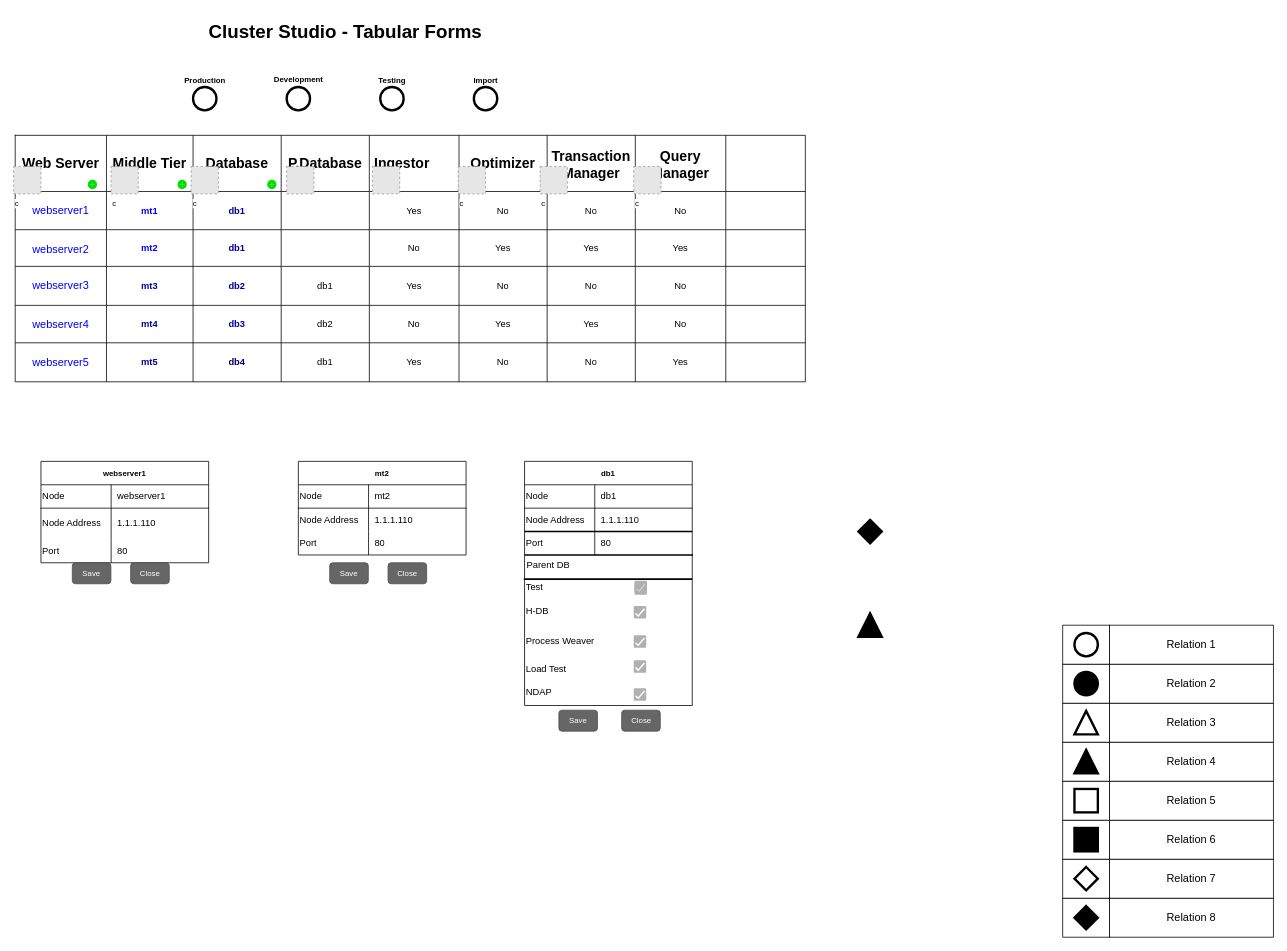
This is Untitled Diagram.drawio from rizwan0612/TestProject, a draw.io file, before an edit. Source tidied: cells renumbered, new cells numbered last; positions are measured from the earlier drawing's top-left corner, leaving out a move shared by most shapes. Both pictures are drawn from the tidied source at 78%, with x=0, y=0 at pixel (13, 16). Pictures stored in the file or linked from it are replaced by grey dashed boxes.
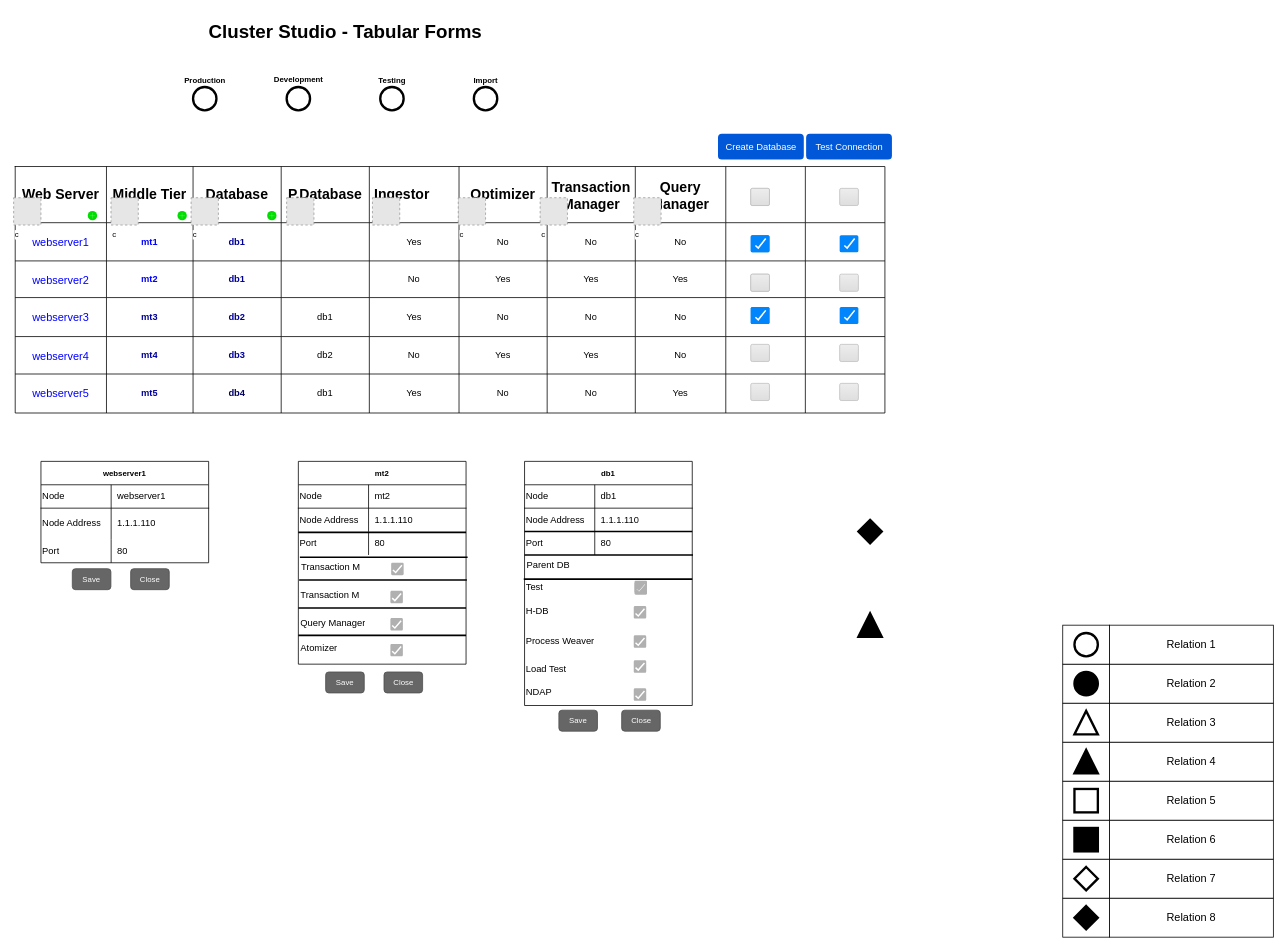
After the change.

What changed in the source:
```diff
@@
     <mxCell id="2" style="shape=table;html=1;whiteSpace=wrap;startSize=0;childLayout=tableLayout;" parent="1" vertex="1">
-      <mxGeometry x="2" y="152" width="1013" height="316" as="geometry" />
+      <mxGeometry x="2" y="192" width="1115" height="316" as="geometry" />
     </mxCell>
     <mxCell id="3" style="shape=partialRectangle;html=1;whiteSpace=wrap;fillColor=none;top=0;left=0;bottom=0;right=0;" parent="2" vertex="1">
-      <mxGeometry width="1013" height="72" as="geometry" />
+      <mxGeometry width="1115" height="72" as="geometry" />
     </mxCell>
@@
+    <mxCell id="162" style="shape=partialRectangle;html=1;whiteSpace=wrap;overflow=hidden;fillColor=none;top=0;left=0;bottom=0;right=0;" parent="3" vertex="1">
+      <mxGeometry x="1013" width="102" height="72" as="geometry" />
+    </mxCell>
     <mxCell id="13" style="shape=partialRectangle;html=1;whiteSpace=wrap;fillColor=none;top=0;left=0;bottom=0;right=0;" parent="2" vertex="1">
-      <mxGeometry y="72" width="1013" height="49" as="geometry" />
+      <mxGeometry y="72" width="1115" height="49" as="geometry" />
     </mxCell>
@@
+    <mxCell id="163" style="shape=partialRectangle;html=1;whiteSpace=wrap;overflow=hidden;fillColor=none;top=0;left=0;bottom=0;right=0;" parent="13" vertex="1">
+      <mxGeometry x="1013" width="102" height="49" as="geometry" />
+    </mxCell>
     <mxCell id="23" style="shape=partialRectangle;html=1;whiteSpace=wrap;fillColor=none;top=0;left=0;bottom=0;right=0;" parent="2" vertex="1">
-      <mxGeometry y="121" width="1013" height="47" as="geometry" />
+      <mxGeometry y="121" width="1115" height="47" as="geometry" />
     </mxCell>
@@
+    <mxCell id="164" style="shape=partialRectangle;html=1;whiteSpace=wrap;overflow=hidden;fillColor=none;top=0;left=0;bottom=0;right=0;" parent="23" vertex="1">
+      <mxGeometry x="1013" width="102" height="47" as="geometry" />
+    </mxCell>
     <mxCell id="33" style="shape=partialRectangle;html=1;whiteSpace=wrap;fillColor=none;top=0;left=0;bottom=0;right=0;" parent="2" vertex="1">
-      <mxGeometry y="168" width="1013" height="50" as="geometry" />
+      <mxGeometry y="168" width="1115" height="50" as="geometry" />
     </mxCell>
@@
+    <mxCell id="165" style="shape=partialRectangle;html=1;whiteSpace=wrap;overflow=hidden;fillColor=none;top=0;left=0;bottom=0;right=0;" parent="33" vertex="1">
+      <mxGeometry x="1013" width="102" height="50" as="geometry" />
+    </mxCell>
     <mxCell id="43" style="shape=partialRectangle;html=1;whiteSpace=wrap;fillColor=none;top=0;left=0;bottom=0;right=0;" parent="2" vertex="1">
-      <mxGeometry y="218" width="1013" height="48" as="geometry" />
+      <mxGeometry y="218" width="1115" height="48" as="geometry" />
     </mxCell>
@@
+    <mxCell id="166" style="shape=partialRectangle;html=1;whiteSpace=wrap;overflow=hidden;fillColor=none;top=0;left=0;bottom=0;right=0;" parent="43" vertex="1">
+      <mxGeometry x="1013" width="102" height="48" as="geometry" />
+    </mxCell>
     <mxCell id="53" style="shape=partialRectangle;html=1;whiteSpace=wrap;fillColor=none;top=0;left=0;bottom=0;right=0;" parent="2" vertex="1">
-      <mxGeometry y="266" width="1013" height="50" as="geometry" />
+      <mxGeometry y="266" width="1115" height="50" as="geometry" />
     </mxCell>
@@
+    <mxCell id="167" style="shape=partialRectangle;html=1;whiteSpace=wrap;overflow=hidden;fillColor=none;top=0;left=0;bottom=0;right=0;" parent="53" vertex="1">
+      <mxGeometry x="1013" width="102" height="50" as="geometry" />
+    </mxCell>
@@
     <mxCell id="108" value="&lt;h2&gt;Ingestor&lt;/h2&gt;" style="shape=partialRectangle;html=1;whiteSpace=wrap;overflow=hidden;fillColor=none;top=0;left=0;bottom=0;right=0;" parent="1" vertex="1">
-      <mxGeometry x="445" y="160" width="106" height="49" as="geometry" />
+      <mxGeometry x="445" y="200" width="106" height="49" as="geometry" />
     </mxCell>
     <mxCell id="109" style="html=1;verticalLabelPosition=bottom;labelBackgroundColor=#ffffff;verticalAlign=top;shadow=0;dashed=0;strokeWidth=2;shape=mxgraph.ios7.misc.add;fillColor=#00dd00;strokeColor=#ffffff;fontSize=10;" parent="1" vertex="1">
-      <mxGeometry x="95" y="209" width="12" height="12" as="geometry" />
+      <mxGeometry x="95" y="249" width="12" height="12" as="geometry" />
     </mxCell>
     <mxCell id="110" style="html=1;verticalLabelPosition=bottom;labelBackgroundColor=#ffffff;verticalAlign=top;shadow=0;dashed=0;strokeWidth=2;shape=mxgraph.ios7.misc.add;fillColor=#00dd00;strokeColor=#ffffff;fontSize=10;" parent="1" vertex="1">
-      <mxGeometry x="210" y="209" width="12" height="12" as="geometry" />
+      <mxGeometry x="210" y="249" width="12" height="12" as="geometry" />
     </mxCell>
     <mxCell id="111" style="html=1;verticalLabelPosition=bottom;labelBackgroundColor=#ffffff;verticalAlign=top;shadow=0;dashed=0;strokeWidth=2;shape=mxgraph.ios7.misc.add;fillColor=#00dd00;strokeColor=#ffffff;fontSize=10;" parent="1" vertex="1">
-      <mxGeometry x="325" y="209" width="12" height="12" as="geometry" />
+      <mxGeometry x="325" y="249" width="12" height="12" as="geometry" />
     </mxCell>
     <mxCell id="112" value="Save" style="rounded=1;html=1;shadow=0;dashed=0;whiteSpace=wrap;fontSize=10;fillColor=#666666;align=center;strokeColor=#4D4D4D;fontColor=#ffffff;" parent="1" vertex="1">
-      <mxGeometry x="75.2" y="700" width="49.5" height="26.9" as="geometry" />
+      <mxGeometry x="75.2" y="707.6" width="49.5" height="26.9" as="geometry" />
     </mxCell>
     <mxCell id="113" value="Close" style="rounded=1;html=1;shadow=0;dashed=0;whiteSpace=wrap;fontSize=10;fillColor=#666666;align=center;strokeColor=#4D4D4D;fontColor=#ffffff;" parent="1" vertex="1">
-      <mxGeometry x="150" y="700" width="49.5" height="26.9" as="geometry" />
+      <mxGeometry x="150" y="707.6" width="49.5" height="26.9" as="geometry" />
     </mxCell>
     <mxCell id="114" value="Save" style="rounded=1;html=1;shadow=0;dashed=0;whiteSpace=wrap;fontSize=10;fillColor=#666666;align=center;strokeColor=#4D4D4D;fontColor=#ffffff;" parent="1" vertex="1">
-      <mxGeometry x="405.2" y="700" width="49.5" height="26.9" as="geometry" />
+      <mxGeometry x="400" y="840" width="49.5" height="26.9" as="geometry" />
     </mxCell>
     <mxCell id="115" value="Close" style="rounded=1;html=1;shadow=0;dashed=0;whiteSpace=wrap;fontSize=10;fillColor=#666666;align=center;strokeColor=#4D4D4D;fontColor=#ffffff;" parent="1" vertex="1">
-      <mxGeometry x="480" y="700" width="49.5" height="26.9" as="geometry" />
+      <mxGeometry x="474.8" y="840" width="49.5" height="26.9" as="geometry" />
     </mxCell>
     <mxCell id="116" value="mt2" style="shape=table;html=1;whiteSpace=wrap;startSize=30;childLayout=tableLayout;rowLines=0;fontStyle=1;align=center;fontSize=10;" parent="1" vertex="1">
-      <mxGeometry x="365" y="570" width="215" height="120" as="geometry" />
+      <mxGeometry x="365" y="570" width="215" height="260" as="geometry" />
     </mxCell>
@@
     <mxCell id="138" value="c" style="fillColor=#E6E6E6;strokeColor=#999999;dashed=1;html=1;verticalAlign=top;verticalLabelPosition=bottom;labelBackgroundColor=#ffffff;fontSize=10;align=left;" parent="1" vertex="1">
-      <mxGeometry y="192" width="35" height="35" as="geometry" />
+      <mxGeometry y="232" width="35" height="35" as="geometry" />
     </mxCell>
     <mxCell id="139" value="c" style="fillColor=#E6E6E6;strokeColor=#999999;dashed=1;html=1;verticalAlign=top;verticalLabelPosition=bottom;labelBackgroundColor=#ffffff;fontSize=10;align=left;" parent="1" vertex="1">
-      <mxGeometry x="124.8" y="192" width="35" height="35" as="geometry" />
+      <mxGeometry x="124.8" y="232" width="35" height="35" as="geometry" />
     </mxCell>
     <mxCell id="140" value="c" style="fillColor=#E6E6E6;strokeColor=#999999;dashed=1;html=1;verticalAlign=top;verticalLabelPosition=bottom;labelBackgroundColor=#ffffff;fontSize=10;align=left;" parent="1" vertex="1">
-      <mxGeometry x="227.5" y="192" width="35" height="35" as="geometry" />
+      <mxGeometry x="227.5" y="232" width="35" height="35" as="geometry" />
     </mxCell>
     <mxCell id="141" style="fillColor=#E6E6E6;strokeColor=#999999;dashed=1;html=1;verticalAlign=top;verticalLabelPosition=bottom;labelBackgroundColor=#ffffff;fontSize=10;align=left;" parent="1" vertex="1">
-      <mxGeometry x="350" y="192" width="35" height="35" as="geometry" />
+      <mxGeometry x="350" y="232" width="35" height="35" as="geometry" />
     </mxCell>
     <mxCell id="142" style="fillColor=#E6E6E6;strokeColor=#999999;dashed=1;html=1;verticalAlign=top;verticalLabelPosition=bottom;labelBackgroundColor=#ffffff;fontSize=10;align=left;" parent="1" vertex="1">
-      <mxGeometry x="460" y="192" width="35" height="35" as="geometry" />
+      <mxGeometry x="460" y="232" width="35" height="35" as="geometry" />
     </mxCell>
     <mxCell id="143" value="c" style="fillColor=#E6E6E6;strokeColor=#999999;dashed=1;html=1;verticalAlign=top;verticalLabelPosition=bottom;labelBackgroundColor=#ffffff;fontSize=10;align=left;" parent="1" vertex="1">
-      <mxGeometry x="570" y="192" width="35" height="35" as="geometry" />
+      <mxGeometry x="570" y="232" width="35" height="35" as="geometry" />
     </mxCell>
     <mxCell id="144" value="c" style="fillColor=#E6E6E6;strokeColor=#999999;dashed=1;html=1;verticalAlign=top;verticalLabelPosition=bottom;labelBackgroundColor=#ffffff;fontSize=10;align=left;" parent="1" vertex="1">
-      <mxGeometry x="675" y="192" width="35" height="35" as="geometry" />
+      <mxGeometry x="675" y="232" width="35" height="35" as="geometry" />
     </mxCell>
     <mxCell id="145" value="c" style="fillColor=#E6E6E6;strokeColor=#999999;dashed=1;html=1;verticalAlign=top;verticalLabelPosition=bottom;labelBackgroundColor=#ffffff;fontSize=10;align=left;" parent="1" vertex="1">
-      <mxGeometry x="795" y="192" width="35" height="35" as="geometry" />
+      <mxGeometry x="795" y="232" width="35" height="35" as="geometry" />
     </mxCell>
@@
+    <mxCell id="168" style="line;strokeWidth=2;html=1;rounded=0;gradientColor=#ffffff;align=left;" parent="1" vertex="1">
+      <mxGeometry x="365" y="656" width="215" height="10" as="geometry" />
+    </mxCell>
+    <mxCell id="169" style="line;strokeWidth=2;html=1;rounded=0;gradientColor=#ffffff;align=left;" parent="1" vertex="1">
+      <mxGeometry x="367" y="688" width="215" height="10" as="geometry" />
+    </mxCell>
+    <mxCell id="170" style="line;strokeWidth=2;html=1;rounded=0;gradientColor=#ffffff;align=left;" parent="1" vertex="1">
+      <mxGeometry x="366" y="717" width="215" height="10" as="geometry" />
+    </mxCell>
+    <mxCell id="171" value="Transaction M" style="shape=partialRectangle;html=1;whiteSpace=wrap;fillColor=none;top=0;left=0;bottom=0;right=0;overflow=hidden;align=left;" parent="1" vertex="1">
+      <mxGeometry x="367" y="690.9" width="90" height="30" as="geometry" />
+    </mxCell>
+    <mxCell id="172" style="dashed=0;labelPosition=right;align=left;shape=mxgraph.gmdl.checkbox;strokeColor=none;fillColor=#B0B0B0;strokeWidth=2;rounded=0;html=1;" parent="1" vertex="1">
+      <mxGeometry x="484" y="699.9" width="16" height="16" as="geometry" />
+    </mxCell>
+    <mxCell id="173" style="line;strokeWidth=2;html=1;rounded=0;gradientColor=#ffffff;align=left;" parent="1" vertex="1">
+      <mxGeometry x="365" y="753" width="215" height="10" as="geometry" />
+    </mxCell>
+    <mxCell id="174" value="Transaction M" style="shape=partialRectangle;html=1;whiteSpace=wrap;fillColor=none;top=0;left=0;bottom=0;right=0;overflow=hidden;align=left;" parent="1" vertex="1">
+      <mxGeometry x="366" y="726.9" width="90" height="30" as="geometry" />
+    </mxCell>
+    <mxCell id="175" style="dashed=0;labelPosition=right;align=left;shape=mxgraph.gmdl.checkbox;strokeColor=none;fillColor=#B0B0B0;strokeWidth=2;rounded=0;html=1;" parent="1" vertex="1">
+      <mxGeometry x="483" y="735.9" width="16" height="16" as="geometry" />
+    </mxCell>
+    <mxCell id="176" style="line;strokeWidth=2;html=1;rounded=0;gradientColor=#ffffff;align=left;" parent="1" vertex="1">
+      <mxGeometry x="365" y="788.1" width="215" height="10" as="geometry" />
+    </mxCell>
+    <mxCell id="177" value="Query Manager" style="shape=partialRectangle;html=1;whiteSpace=wrap;fillColor=none;top=0;left=0;bottom=0;right=0;overflow=hidden;align=left;" parent="1" vertex="1">
+      <mxGeometry x="366" y="761.9" width="90" height="30" as="geometry" />
+    </mxCell>
+    <mxCell id="178" style="dashed=0;labelPosition=right;align=left;shape=mxgraph.gmdl.checkbox;strokeColor=none;fillColor=#B0B0B0;strokeWidth=2;rounded=0;html=1;" parent="1" vertex="1">
+      <mxGeometry x="483" y="770.9" width="16" height="16" as="geometry" />
+    </mxCell>
+    <mxCell id="179" value="Atomizer" style="shape=partialRectangle;html=1;whiteSpace=wrap;fillColor=none;top=0;left=0;bottom=0;right=0;overflow=hidden;align=left;" parent="1" vertex="1">
+      <mxGeometry x="366" y="795" width="90" height="30" as="geometry" />
+    </mxCell>
+    <mxCell id="180" style="dashed=0;labelPosition=right;align=left;shape=mxgraph.gmdl.checkbox;strokeColor=none;fillColor=#B0B0B0;strokeWidth=2;rounded=0;html=1;" parent="1" vertex="1">
+      <mxGeometry x="483" y="804" width="16" height="16" as="geometry" />
+    </mxCell>
+    <mxCell id="181" style="html=1;shadow=0;dashed=0;shape=mxgraph.bootstrap.checkbox2;labelPosition=right;verticalLabelPosition=middle;align=left;verticalAlign=middle;gradientColor=#DEDEDE;fillColor=#EDEDED;checked=0;spacing=5;checkedFill=#0085FC;checkedStroke=#ffffff;rounded=0;strokeColor=#c0c0c0;" parent="1" vertex="1">
+      <mxGeometry x="945" y="220" width="24" height="22" as="geometry" />
+    </mxCell>
+    <mxCell id="182" style="html=1;shadow=0;dashed=0;shape=mxgraph.bootstrap.checkbox2;labelPosition=right;verticalLabelPosition=middle;align=left;verticalAlign=middle;gradientColor=#DEDEDE;fillColor=#EDEDED;checked=1;spacing=5;checkedFill=#0085FC;checkedStroke=#ffffff;rounded=0;strokeColor=#c0c0c0;" parent="1" vertex="1">
+      <mxGeometry x="945" y="280" width="24" height="22" as="geometry" />
+    </mxCell>
+    <mxCell id="183" style="html=1;shadow=0;dashed=0;shape=mxgraph.bootstrap.checkbox2;labelPosition=right;verticalLabelPosition=middle;align=left;verticalAlign=middle;gradientColor=#DEDEDE;fillColor=#EDEDED;checked=0;spacing=5;checkedFill=#0085FC;checkedStroke=#ffffff;rounded=0;strokeColor=#c0c0c0;" parent="1" vertex="1">
+      <mxGeometry x="945" y="330" width="24" height="22" as="geometry" />
+    </mxCell>
+    <mxCell id="184" style="html=1;shadow=0;dashed=0;shape=mxgraph.bootstrap.checkbox2;labelPosition=right;verticalLabelPosition=middle;align=left;verticalAlign=middle;gradientColor=#DEDEDE;fillColor=#EDEDED;checked=1;spacing=5;checkedFill=#0085FC;checkedStroke=#ffffff;rounded=0;strokeColor=#c0c0c0;" parent="1" vertex="1">
+      <mxGeometry x="945" y="372" width="24" height="22" as="geometry" />
+    </mxCell>
+    <mxCell id="185" style="html=1;shadow=0;dashed=0;shape=mxgraph.bootstrap.checkbox2;labelPosition=right;verticalLabelPosition=middle;align=left;verticalAlign=middle;gradientColor=#DEDEDE;fillColor=#EDEDED;checked=0;spacing=5;checkedFill=#0085FC;checkedStroke=#ffffff;rounded=0;strokeColor=#c0c0c0;" parent="1" vertex="1">
+      <mxGeometry x="945" y="420" width="24" height="22" as="geometry" />
+    </mxCell>
+    <mxCell id="186" style="html=1;shadow=0;dashed=0;shape=mxgraph.bootstrap.checkbox2;labelPosition=right;verticalLabelPosition=middle;align=left;verticalAlign=middle;gradientColor=#DEDEDE;fillColor=#EDEDED;checked=0;spacing=5;checkedFill=#0085FC;checkedStroke=#ffffff;rounded=0;strokeColor=#c0c0c0;" parent="1" vertex="1">
+      <mxGeometry x="945" y="470" width="24" height="22" as="geometry" />
+    </mxCell>
+    <mxCell id="187" value="Create Database" style="rounded=1;fillColor=#0057D8;align=center;strokeColor=none;html=1;fontColor=#ffffff;fontSize=12;" parent="1" vertex="1">
+      <mxGeometry x="903" y="150" width="110" height="33" as="geometry" />
+    </mxCell>
+    <mxCell id="188" value="Test Connection" style="rounded=1;fillColor=#0057D8;align=center;strokeColor=none;html=1;fontColor=#ffffff;fontSize=12;" parent="1" vertex="1">
+      <mxGeometry x="1016" y="150" width="110" height="33" as="geometry" />
+    </mxCell>
+    <mxCell id="189" style="html=1;shadow=0;dashed=0;shape=mxgraph.bootstrap.checkbox2;labelPosition=right;verticalLabelPosition=middle;align=left;verticalAlign=middle;gradientColor=#DEDEDE;fillColor=#EDEDED;checked=0;spacing=5;checkedFill=#0085FC;checkedStroke=#ffffff;rounded=0;strokeColor=#c0c0c0;" parent="1" vertex="1">
+      <mxGeometry x="945" y="220" width="24" height="22" as="geometry" />
+    </mxCell>
+    <mxCell id="190" style="html=1;shadow=0;dashed=0;shape=mxgraph.bootstrap.checkbox2;labelPosition=right;verticalLabelPosition=middle;align=left;verticalAlign=middle;gradientColor=#DEDEDE;fillColor=#EDEDED;checked=1;spacing=5;checkedFill=#0085FC;checkedStroke=#ffffff;rounded=0;strokeColor=#c0c0c0;" parent="1" vertex="1">
+      <mxGeometry x="945" y="280" width="24" height="22" as="geometry" />
+    </mxCell>
+    <mxCell id="191" style="html=1;shadow=0;dashed=0;shape=mxgraph.bootstrap.checkbox2;labelPosition=right;verticalLabelPosition=middle;align=left;verticalAlign=middle;gradientColor=#DEDEDE;fillColor=#EDEDED;checked=0;spacing=5;checkedFill=#0085FC;checkedStroke=#ffffff;rounded=0;strokeColor=#c0c0c0;" parent="1" vertex="1">
+      <mxGeometry x="945" y="330" width="24" height="22" as="geometry" />
+    </mxCell>
+    <mxCell id="192" style="html=1;shadow=0;dashed=0;shape=mxgraph.bootstrap.checkbox2;labelPosition=right;verticalLabelPosition=middle;align=left;verticalAlign=middle;gradientColor=#DEDEDE;fillColor=#EDEDED;checked=1;spacing=5;checkedFill=#0085FC;checkedStroke=#ffffff;rounded=0;strokeColor=#c0c0c0;" parent="1" vertex="1">
+      <mxGeometry x="945" y="372" width="24" height="22" as="geometry" />
+    </mxCell>
+    <mxCell id="193" style="html=1;shadow=0;dashed=0;shape=mxgraph.bootstrap.checkbox2;labelPosition=right;verticalLabelPosition=middle;align=left;verticalAlign=middle;gradientColor=#DEDEDE;fillColor=#EDEDED;checked=0;spacing=5;checkedFill=#0085FC;checkedStroke=#ffffff;rounded=0;strokeColor=#c0c0c0;" parent="1" vertex="1">
+      <mxGeometry x="1059" y="420" width="24" height="22" as="geometry" />
+    </mxCell>
+    <mxCell id="194" style="html=1;shadow=0;dashed=0;shape=mxgraph.bootstrap.checkbox2;labelPosition=right;verticalLabelPosition=middle;align=left;verticalAlign=middle;gradientColor=#DEDEDE;fillColor=#EDEDED;checked=0;spacing=5;checkedFill=#0085FC;checkedStroke=#ffffff;rounded=0;strokeColor=#c0c0c0;" parent="1" vertex="1">
+      <mxGeometry x="1059" y="470" width="24" height="22" as="geometry" />
+    </mxCell>
+    <mxCell id="195" style="html=1;shadow=0;dashed=0;shape=mxgraph.bootstrap.checkbox2;labelPosition=right;verticalLabelPosition=middle;align=left;verticalAlign=middle;gradientColor=#DEDEDE;fillColor=#EDEDED;checked=0;spacing=5;checkedFill=#0085FC;checkedStroke=#ffffff;rounded=0;strokeColor=#c0c0c0;" parent="1" vertex="1">
+      <mxGeometry x="1059" y="220" width="24" height="22" as="geometry" />
+    </mxCell>
+    <mxCell id="196" style="html=1;shadow=0;dashed=0;shape=mxgraph.bootstrap.checkbox2;labelPosition=right;verticalLabelPosition=middle;align=left;verticalAlign=middle;gradientColor=#DEDEDE;fillColor=#EDEDED;checked=1;spacing=5;checkedFill=#0085FC;checkedStroke=#ffffff;rounded=0;strokeColor=#c0c0c0;" parent="1" vertex="1">
+      <mxGeometry x="1059" y="280" width="24" height="22" as="geometry" />
+    </mxCell>
+    <mxCell id="197" style="html=1;shadow=0;dashed=0;shape=mxgraph.bootstrap.checkbox2;labelPosition=right;verticalLabelPosition=middle;align=left;verticalAlign=middle;gradientColor=#DEDEDE;fillColor=#EDEDED;checked=0;spacing=5;checkedFill=#0085FC;checkedStroke=#ffffff;rounded=0;strokeColor=#c0c0c0;" parent="1" vertex="1">
+      <mxGeometry x="1059" y="330" width="24" height="22" as="geometry" />
+    </mxCell>
+    <mxCell id="198" style="html=1;shadow=0;dashed=0;shape=mxgraph.bootstrap.checkbox2;labelPosition=right;verticalLabelPosition=middle;align=left;verticalAlign=middle;gradientColor=#DEDEDE;fillColor=#EDEDED;checked=1;spacing=5;checkedFill=#0085FC;checkedStroke=#ffffff;rounded=0;strokeColor=#c0c0c0;" parent="1" vertex="1">
+      <mxGeometry x="1059" y="372" width="24" height="22" as="geometry" />
+    </mxCell>
```
